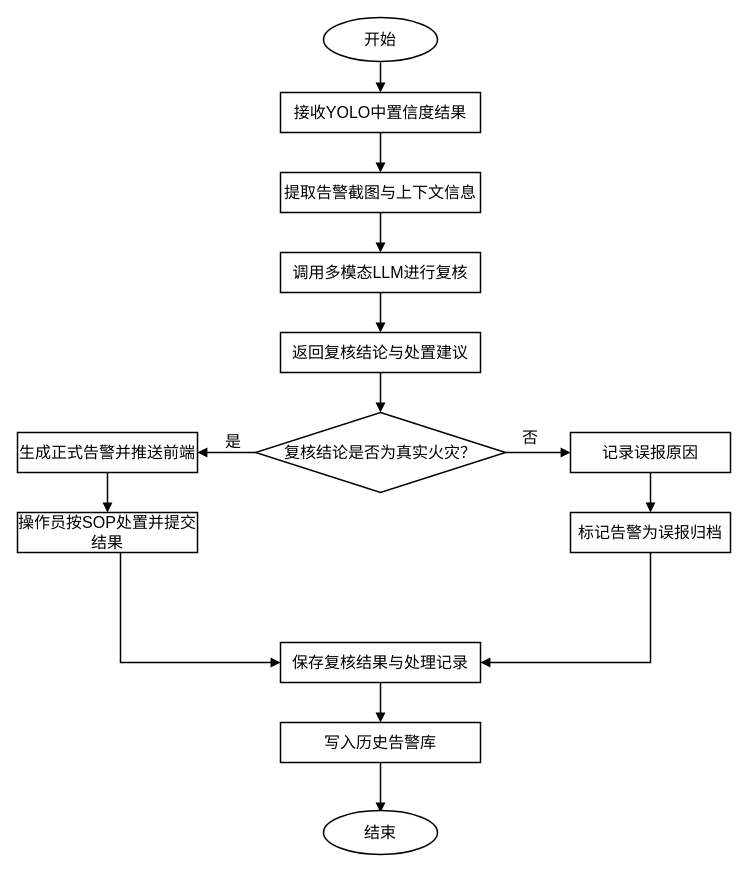
Above: docs/PaperImages/4LLM复核与告警处置流程图.drawio in Dean-op/forest_fire (draw.io), before the change. Source tidied: cells renumbered, new cells numbered last; positions are measured from the earlier drawing's top-left corner, leaving out a move shared by most shapes. Both pictures are drawn from the tidied source at 100%, with x=0, y=0 at pixel (17, 17).
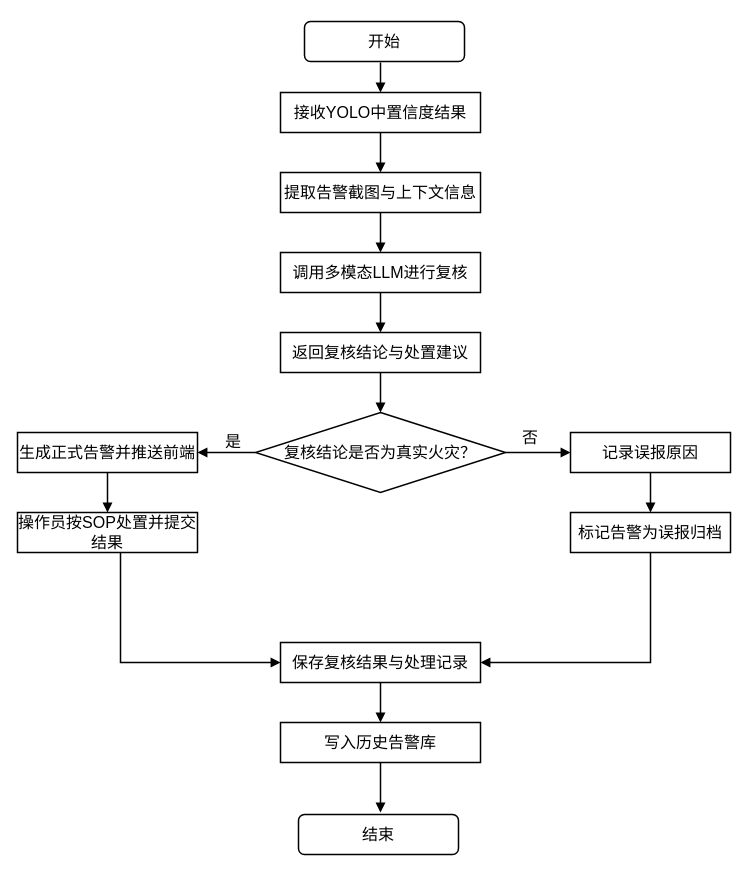
Above is the later version.

Change to the diagram source:
```diff
@@
-    <mxCell id="28" value="开始" style="ellipse;whiteSpace=wrap;html=1;fontSize=16;strokeWidth=1.5;" parent="1" vertex="1">
-      <mxGeometry x="306" width="114" height="44" as="geometry" />
+    <mxCell id="28" value="开始" style="rounded=1;whiteSpace=wrap;html=1;strokeWidth=1.5;fontSize=16;labelBackgroundColor=none;" parent="1" vertex="1">
+      <mxGeometry x="287" y="4" width="160" height="40" as="geometry" />
     </mxCell>
-    <mxCell id="29" value="结束" style="ellipse;whiteSpace=wrap;html=1;fontSize=16;strokeWidth=1.5;" parent="1" vertex="1">
-      <mxGeometry x="306" y="793" width="114" height="44" as="geometry" />
+    <mxCell id="29" value="结束" style="rounded=1;whiteSpace=wrap;html=1;strokeWidth=1.5;fontSize=16;labelBackgroundColor=none;" parent="1" vertex="1">
+      <mxGeometry x="281" y="797" width="160" height="40" as="geometry" />
     </mxCell>
```
